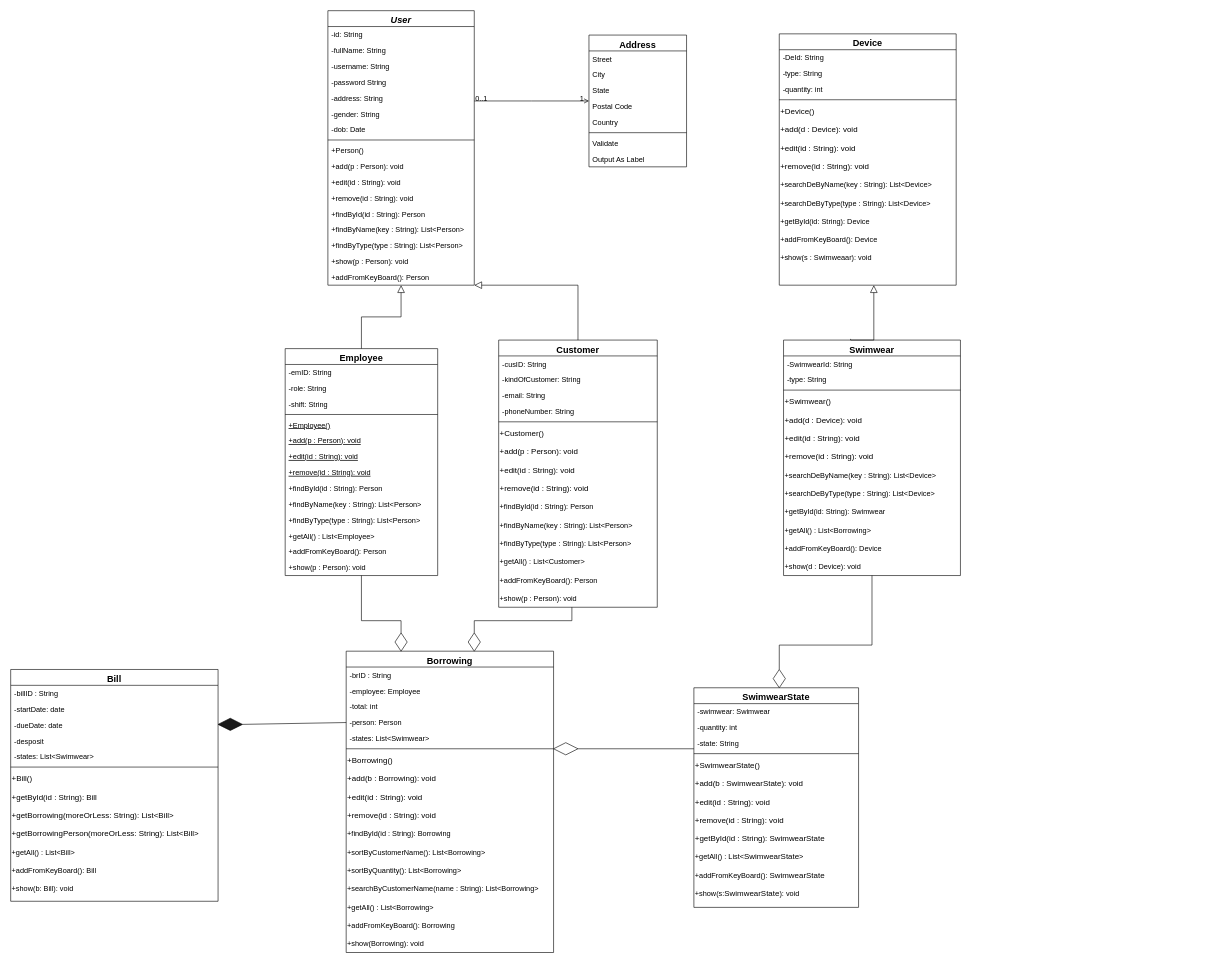
Earlier version of the draw.io diagram Untitled Diagram.drawio (levando20194017/GiaoDien1). Source tidied: cells renumbered, new cells numbered last; positions are measured from the earlier drawing's top-left corner, leaving out a move shared by most shapes. Both pictures are drawn from the tidied source at 61%, with x=0, y=0 at pixel (10, 10).
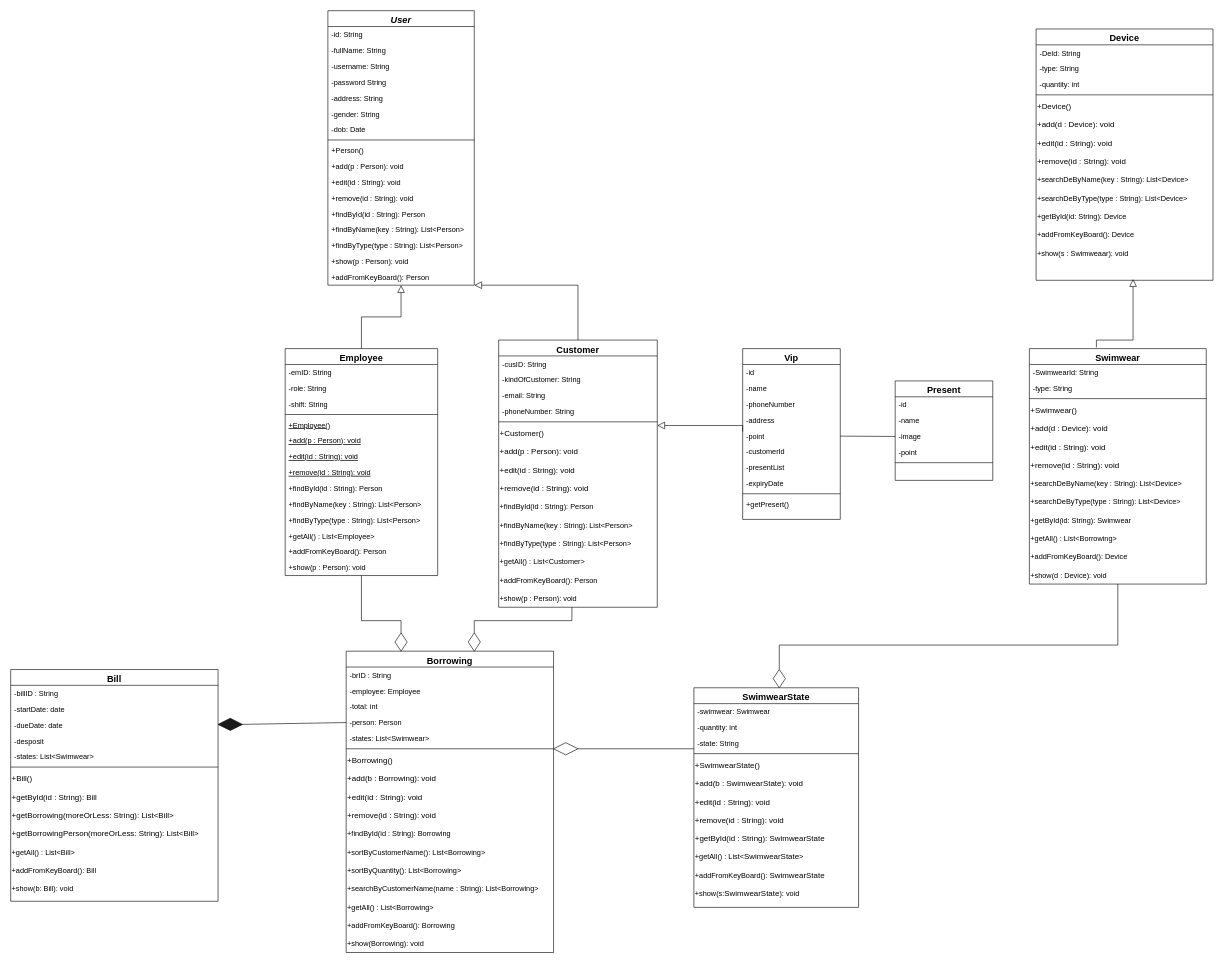
Above is the later version.

Unchanged cells that the change refers to:
```xml
<mxCell id="2" value="User" style="swimlane;fontStyle=3;align=center;verticalAlign=top;horizontal=1;startSize=26;rounded=0;shadow=0;strokeWidth=1;fontSize=15;" parent="1" vertex="1">
  <mxGeometry x="520" width="240" height="450" as="geometry" />
</mxCell>
<mxCell id="129" value="&lt;span style=&quot;font-size: 12px;&quot;&gt;+show(d : Device): void&lt;/span&gt;" style="text;html=1;align=left;verticalAlign=middle;points=[];strokeColor=none;fillColor=none;fontSize=13;" parent="116" vertex="1">
  <mxGeometry y="356" width="290" height="30" as="geometry" />
</mxCell>
```

Change to the diagram source:
```diff
@@
-    <mxCell id="53" value="Address" style="swimlane;fontStyle=1;align=center;verticalAlign=top;horizontal=1;startSize=26;rounded=0;shadow=0;strokeWidth=1;fontSize=15;" parent="1" vertex="1">
-      <mxGeometry x="948" y="40" width="160" height="216" as="geometry" />
-    </mxCell>
-    <mxCell id="54" value="Street" style="text;align=left;verticalAlign=top;spacingLeft=4;spacingRight=4;overflow=hidden;" parent="53" vertex="1">
-      <mxGeometry y="26" width="160" height="26" as="geometry" />
-    </mxCell>
-    <mxCell id="55" value="City" style="text;align=left;verticalAlign=top;spacingLeft=4;spacingRight=4;overflow=hidden;rounded=0;shadow=0;html=0;" parent="53" vertex="1">
-      <mxGeometry y="52" width="160" height="26" as="geometry" />
-    </mxCell>
-    <mxCell id="56" value="State" style="text;align=left;verticalAlign=top;spacingLeft=4;spacingRight=4;overflow=hidden;rounded=0;shadow=0;html=0;" parent="53" vertex="1">
-      <mxGeometry y="78" width="160" height="26" as="geometry" />
-    </mxCell>
-    <mxCell id="57" value="Postal Code" style="text;align=left;verticalAlign=top;spacingLeft=4;spacingRight=4;overflow=hidden;rounded=0;shadow=0;html=0;" parent="53" vertex="1">
-      <mxGeometry y="104" width="160" height="26" as="geometry" />
-    </mxCell>
-    <mxCell id="58" value="Country" style="text;align=left;verticalAlign=top;spacingLeft=4;spacingRight=4;overflow=hidden;rounded=0;shadow=0;html=0;" parent="53" vertex="1">
-      <mxGeometry y="130" width="160" height="26" as="geometry" />
-    </mxCell>
-    <mxCell id="59" style="line;html=1;strokeWidth=1;align=left;verticalAlign=middle;spacingTop=-1;spacingLeft=3;spacingRight=3;labelPosition=right;" parent="53" vertex="1">
-      <mxGeometry y="156" width="160" height="8" as="geometry" />
-    </mxCell>
-    <mxCell id="60" value="Validate" style="text;align=left;verticalAlign=top;spacingLeft=4;spacingRight=4;overflow=hidden;" parent="53" vertex="1">
-      <mxGeometry y="164" width="160" height="26" as="geometry" />
-    </mxCell>
-    <mxCell id="61" value="Output As Label" style="text;align=left;verticalAlign=top;spacingLeft=4;spacingRight=4;overflow=hidden;" parent="53" vertex="1">
-      <mxGeometry y="190" width="160" height="26" as="geometry" />
-    </mxCell>
-    <mxCell id="62" style="endArrow=open;shadow=0;strokeWidth=1;rounded=0;endFill=1;edgeStyle=elbowEdgeStyle;elbow=vertical;" parent="1" edge="1" source="2" target="53">
-      <mxGeometry x="0.5" y="41" relative="1" as="geometry">
-        <mxPoint x="-40" y="32" as="offset" />
-      </mxGeometry>
-    </mxCell>
-    <mxCell id="63" value="0..1" style="align=left;verticalAlign=bottom;labelBackgroundColor=none;fontSize=12;" parent="62" vertex="1">
-      <mxGeometry x="-1" relative="1" as="geometry">
-        <mxPoint y="4" as="offset" />
-      </mxGeometry>
-    </mxCell>
-    <mxCell id="64" value="1" style="align=right;verticalAlign=bottom;labelBackgroundColor=none;fontSize=12;" parent="62" vertex="1">
-      <mxGeometry x="1" relative="1" as="geometry">
-        <mxPoint x="-7" y="4" as="offset" />
-      </mxGeometry>
-    </mxCell>
@@
     <mxCell id="116" value="Swimwear" style="swimlane;fontStyle=1;align=center;verticalAlign=top;horizontal=1;startSize=26;rounded=0;shadow=0;strokeWidth=1;fontSize=15;" parent="1" vertex="1">
-      <mxGeometry x="1267" y="540" width="290" height="386" as="geometry" />
+      <mxGeometry x="1670" y="554" width="290" height="386" as="geometry" />
     </mxCell>
@@
     <mxCell id="132" style="endArrow=none;html=1;rounded=0;fontSize=15;" parent="1" edge="1" target="129">
       <mxGeometry relative="1" as="geometry">
         <mxPoint x="1260" y="1080" as="sourcePoint" />
         <Array as="points">
           <mxPoint x="1260" y="1040" />
-          <mxPoint x="1412" y="1040" />
+          <mxPoint x="1815" y="1040" />
         </Array>
       </mxGeometry>
     </mxCell>
@@
     <mxCell id="134" value="Device" style="swimlane;fontStyle=1;align=center;verticalAlign=top;horizontal=1;startSize=26;rounded=0;shadow=0;strokeWidth=1;fontSize=15;" parent="1" vertex="1">
-      <mxGeometry x="1260" y="38" width="290" height="412" as="geometry" />
+      <mxGeometry x="1681" y="30" width="290" height="412" as="geometry" />
     </mxCell>
@@
     <mxCell id="148" style="endArrow=block;endSize=10;endFill=0;shadow=0;strokeWidth=1;rounded=0;edgeStyle=elbowEdgeStyle;elbow=vertical;exitX=0.379;exitY=-0.005;exitDx=0;exitDy=0;exitPerimeter=0;" parent="1" edge="1" source="116">
       <mxGeometry relative="1" as="geometry">
-        <mxPoint x="1415" y="450" as="targetPoint" />
+        <mxPoint x="1840" y="440" as="targetPoint" />
         <Array as="points">
           <mxPoint x="1400" y="540" />
         </Array>
       </mxGeometry>
     </mxCell>
+    <mxCell id="149" value="Vip" style="swimlane;fontStyle=1;align=center;verticalAlign=top;horizontal=1;startSize=26;rounded=0;shadow=0;strokeWidth=1;fontSize=15;" parent="1" vertex="1">
+      <mxGeometry x="1200" y="554" width="160" height="280" as="geometry" />
+    </mxCell>
+    <mxCell id="150" value="-id" style="text;align=left;verticalAlign=top;spacingLeft=4;spacingRight=4;overflow=hidden;" parent="149" vertex="1">
+      <mxGeometry y="26" width="160" height="26" as="geometry" />
+    </mxCell>
+    <mxCell id="151" value="-name" style="text;align=left;verticalAlign=top;spacingLeft=4;spacingRight=4;overflow=hidden;rounded=0;shadow=0;html=0;" parent="149" vertex="1">
+      <mxGeometry y="52" width="160" height="26" as="geometry" />
+    </mxCell>
+    <mxCell id="152" value="-phoneNumber" style="text;align=left;verticalAlign=top;spacingLeft=4;spacingRight=4;overflow=hidden;rounded=0;shadow=0;html=0;" parent="149" vertex="1">
+      <mxGeometry y="78" width="160" height="26" as="geometry" />
+    </mxCell>
+    <mxCell id="153" value="-address" style="text;align=left;verticalAlign=top;spacingLeft=4;spacingRight=4;overflow=hidden;rounded=0;shadow=0;html=0;" parent="149" vertex="1">
+      <mxGeometry y="104" width="160" height="26" as="geometry" />
+    </mxCell>
+    <mxCell id="154" value="-point" style="text;align=left;verticalAlign=top;spacingLeft=4;spacingRight=4;overflow=hidden;points=[[0,0.5],[1,0.5]];portConstraint=eastwest;rounded=0;shadow=0;html=0;" parent="149" vertex="1">
+      <mxGeometry y="130" width="160" height="26" as="geometry" />
+    </mxCell>
+    <mxCell id="155" value="-customerId" style="text;align=left;verticalAlign=top;spacingLeft=4;spacingRight=4;overflow=hidden;rounded=0;shadow=0;html=0;" parent="149" vertex="1">
+      <mxGeometry y="156" width="160" height="26" as="geometry" />
+    </mxCell>
+    <mxCell id="156" value="-presentList" style="text;align=left;verticalAlign=top;spacingLeft=4;spacingRight=4;overflow=hidden;rounded=0;shadow=0;html=0;" parent="149" vertex="1">
+      <mxGeometry y="182" width="160" height="26" as="geometry" />
+    </mxCell>
+    <mxCell id="157" value="-expiryDate" style="text;align=left;verticalAlign=top;spacingLeft=4;spacingRight=4;overflow=hidden;rounded=0;shadow=0;html=0;" parent="149" vertex="1">
+      <mxGeometry y="208" width="160" height="26" as="geometry" />
+    </mxCell>
+    <mxCell id="158" style="line;html=1;strokeWidth=1;align=left;verticalAlign=middle;spacingTop=-1;spacingLeft=3;spacingRight=3;labelPosition=right;" parent="149" vertex="1">
+      <mxGeometry y="234" width="160" height="8" as="geometry" />
+    </mxCell>
+    <mxCell id="159" value="+getPresert()" style="text;align=left;verticalAlign=top;spacingLeft=4;spacingRight=4;overflow=hidden;" parent="149" vertex="1">
+      <mxGeometry y="242" width="160" height="26" as="geometry" />
+    </mxCell>
+    <mxCell id="160" style="endArrow=block;endSize=10;endFill=0;shadow=0;strokeWidth=1;rounded=0;edgeStyle=elbowEdgeStyle;elbow=vertical;" parent="1" edge="1">
+      <mxGeometry relative="1" as="geometry">
+        <mxPoint x="1200" y="690" as="sourcePoint" />
+        <mxPoint x="1060" y="680" as="targetPoint" />
+        <Array as="points">
+          <mxPoint x="1020" y="680" />
+          <mxPoint x="1040" y="700" />
+          <mxPoint x="1080" y="710" />
+        </Array>
+      </mxGeometry>
+    </mxCell>
+    <mxCell id="161" value="Present" style="swimlane;fontStyle=1;align=center;verticalAlign=top;horizontal=1;startSize=26;rounded=0;shadow=0;strokeWidth=1;fontSize=15;" parent="1" vertex="1">
+      <mxGeometry x="1450" y="607" width="160" height="163" as="geometry" />
+    </mxCell>
+    <mxCell id="162" value="-id" style="text;align=left;verticalAlign=top;spacingLeft=4;spacingRight=4;overflow=hidden;" parent="161" vertex="1">
+      <mxGeometry y="26" width="160" height="26" as="geometry" />
+    </mxCell>
+    <mxCell id="163" value="-name" style="text;align=left;verticalAlign=top;spacingLeft=4;spacingRight=4;overflow=hidden;rounded=0;shadow=0;html=0;" parent="161" vertex="1">
+      <mxGeometry y="52" width="160" height="26" as="geometry" />
+    </mxCell>
+    <mxCell id="164" value="-image" style="text;align=left;verticalAlign=top;spacingLeft=4;spacingRight=4;overflow=hidden;points=[[0,0.5],[1,0.5]];portConstraint=eastwest;rounded=0;shadow=0;html=0;" parent="161" vertex="1">
+      <mxGeometry y="78" width="160" height="26" as="geometry" />
+    </mxCell>
+    <mxCell id="165" value="-point" style="text;align=left;verticalAlign=top;spacingLeft=4;spacingRight=4;overflow=hidden;rounded=0;shadow=0;html=0;" parent="161" vertex="1">
+      <mxGeometry y="104" width="160" height="26" as="geometry" />
+    </mxCell>
+    <mxCell id="166" style="line;html=1;strokeWidth=1;align=left;verticalAlign=middle;spacingTop=-1;spacingLeft=3;spacingRight=3;labelPosition=right;" parent="161" vertex="1">
+      <mxGeometry y="130" width="160" height="8" as="geometry" />
+    </mxCell>
+    <mxCell id="167" style="endArrow=none;html=1;rounded=0;entryX=0;entryY=0.5;entryDx=0;entryDy=0;" parent="1" edge="1" source="154" target="164">
+      <mxGeometry relative="1" as="geometry" />
+    </mxCell>
```
